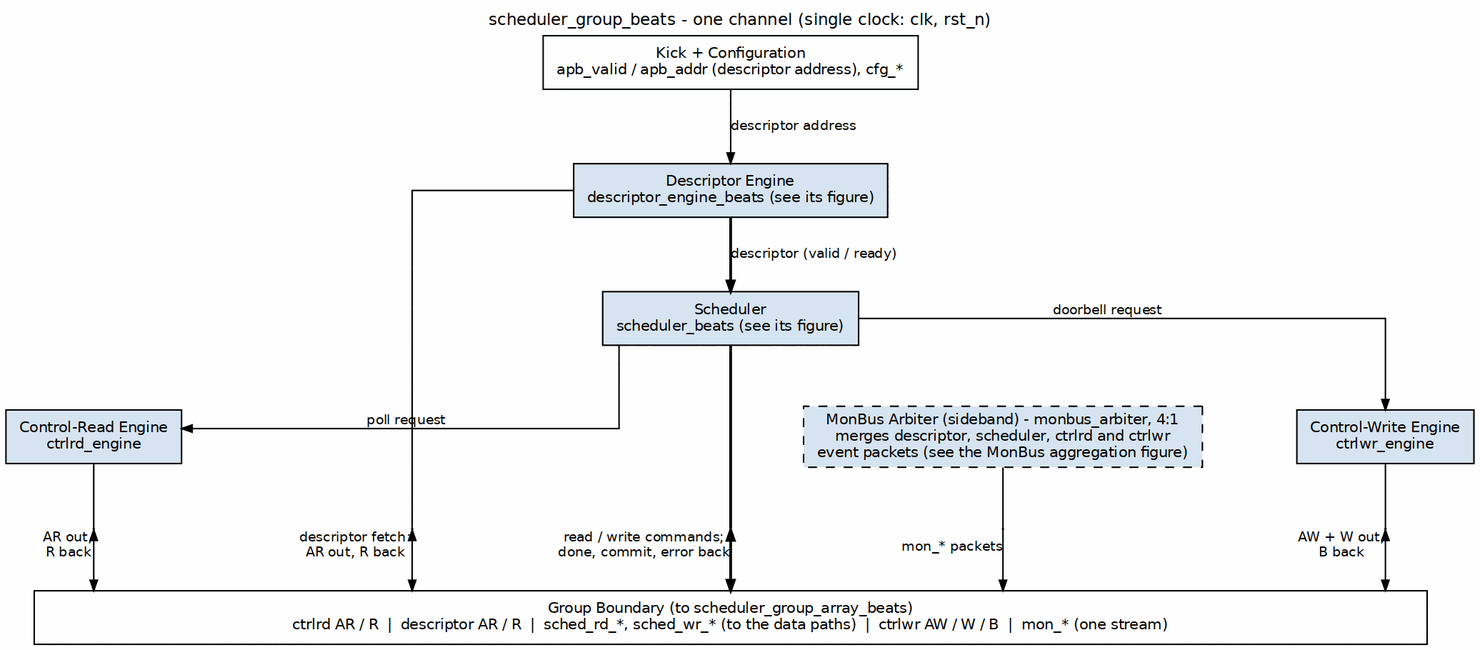
Earlier version of the Graphviz export projects/components/dma-ip/rapids/docs/rapids_beats_mas/assets/graphviz/10_scheduler_group.png (sean-galloway/RTLDesignSherpa). Its source is kept beside it as projects/components/dma-ip/rapids/docs/rapids_beats_mas/assets/graphviz/10_scheduler_group.dot. The source it was exported from:
```dot
digraph scheduler_group_beats {
    graph [rankdir=TB, bgcolor="white", fontname="Helvetica", fontsize=11,
           nodesep="0.45", ranksep="0.55", splines=ortho,
           label="scheduler_group_beats - one channel (single clock: clk, rst_n)",
           labelloc=t, labeljust=c];
    node  [fontname="Helvetica", fontsize=10, shape=box, style=filled,
           fillcolor="#D6E4F0", color="black", margin="0.12,0.06"];
    edge  [fontname="Helvetica", fontsize=9, color="black", arrowsize=0.7];

    kick  [label="Kick + Configuration\napb_valid / apb_addr (descriptor address), cfg_*", fillcolor="white", group=C];
    de    [label="Descriptor Engine\ndescriptor_engine_beats (see its figure)", group=C];
    sc    [label="Scheduler\nscheduler_beats (see its figure)", group=C];
    cr    [label="Control-Read Engine\nctrlrd_engine", group=L];
    cw    [label="Control-Write Engine\nctrlwr_engine", group=R];
    arb   [label="MonBus Arbiter (sideband) - monbus_arbiter, 4:1
merges descriptor, scheduler, ctrlrd and ctrlwr
event packets (see the MonBus aggregation figure)", style="filled,dashed", group=M];

    bar [label="Group Boundary (to scheduler_group_array_beats)\nctrlrd AR / R  |  descriptor AR / R  |  sched_rd_*, sched_wr_* (to the data paths)  |  ctrlwr AW / W / B  |  mon_* (one stream)",
         fillcolor="white", width=13.0];

    kick -> de [label="descriptor address"];
    de   -> sc [label="descriptor (valid / ready)", penwidth=1.8];
    sc   -> cr [xlabel="poll request"];
    sc   -> cw [xlabel="doorbell request"];

    p_cr [shape=point, width=0.01, group=L];
    p_de [shape=point, width=0.01];
    p_sc [shape=point, width=0.01, group=C];
    p_mn [shape=point, width=0.01, group=M];
    p_cw [shape=point, width=0.01, group=R];
    sp1 [style=invis, label="", fixedsize=true, width=1.2, height=0.02];
    { rank=same; p_cr; sp1; p_de; sp2; p_sc; p_mn; p_cw; }
    p_cr -> sp1 -> p_de -> sp2 -> p_sc -> p_mn -> p_cw [style=invis];
    sp2 [style=invis, label="", fixedsize=true, width=1.2, height=0.02];
    cr -> p_cr [arrowhead=none];
    p_cr -> bar [dir=both, xlabel="AR out,\nR back"];
    de -> p_de [arrowhead=none];
    p_de -> bar [dir=both, xlabel="descriptor fetch:\nAR out, R back"];
    sc -> p_sc [arrowhead=none, penwidth=1.8];
    p_sc -> bar [dir=both, penwidth=1.8, xlabel="read / write commands;\ndone, commit, error back"];
    arb -> p_mn [arrowhead=none];
    p_mn -> bar [xlabel="mon_* packets"];
    cw -> p_cw [arrowhead=none];
    p_cw -> bar [dir=both, xlabel="AW + W out,\nB back"];

    { rank=same; cr; arb; cw; }
    cr -> arb -> cw [style=invis];
}
```
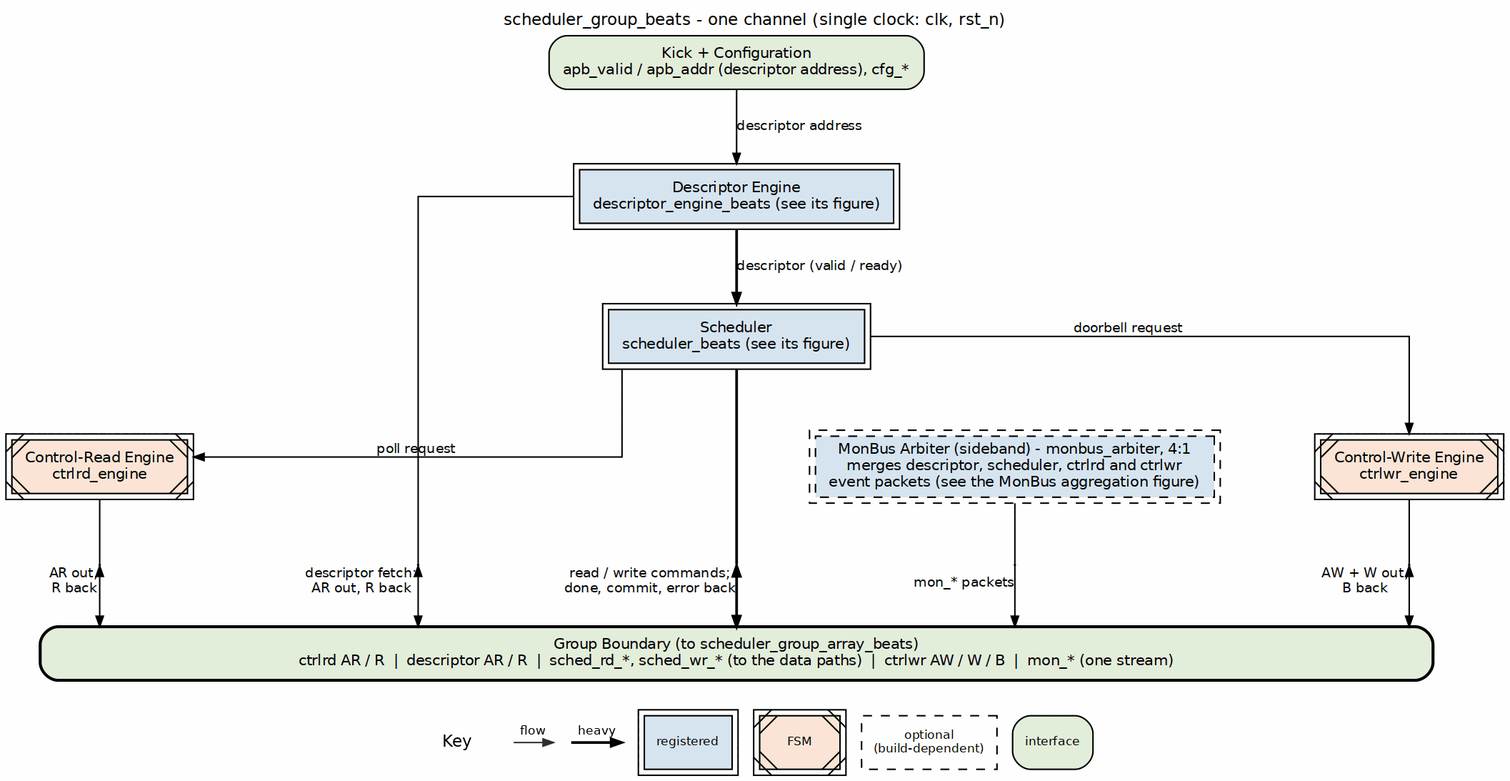
The same file after the commit.

The edit, as a diff of the source:
```diff
@@ -4,20 +4,20 @@
            label="scheduler_group_beats - one channel (single clock: clk, rst_n)",
            labelloc=t, labeljust=c];
     node  [fontname="Helvetica", fontsize=10, shape=box, style=filled,
-           fillcolor="#D6E4F0", color="black", margin="0.12,0.06"];
+           fillcolor="white", color="black", margin="0.12,0.06"];
     edge  [fontname="Helvetica", fontsize=9, color="black", arrowsize=0.7];
 
-    kick  [label="Kick + Configuration\napb_valid / apb_addr (descriptor address), cfg_*", fillcolor="white", group=C];
-    de    [label="Descriptor Engine\ndescriptor_engine_beats (see its figure)", group=C];
-    sc    [label="Scheduler\nscheduler_beats (see its figure)", group=C];
-    cr    [label="Control-Read Engine\nctrlrd_engine", group=L];
-    cw    [label="Control-Write Engine\nctrlwr_engine", group=R];
+    kick  [label="Kick + Configuration\napb_valid / apb_addr (descriptor address), cfg_*", fillcolor="white", group=C, style="rounded,filled", fillcolor="#E2EFDA"];
+    de    [label="Descriptor Engine\ndescriptor_engine_beats (see its figure)", group=C, peripheries=2, style="filled", fillcolor="#D6E4F0"];
+    sc    [label="Scheduler\nscheduler_beats (see its figure)", group=C, peripheries=2, style="filled", fillcolor="#D6E4F0"];
+    cr    [label="Control-Read Engine\nctrlrd_engine", group=L, peripheries=2, style="filled,diagonals", fillcolor="#FCE4D6"];
+    cw    [label="Control-Write Engine\nctrlwr_engine", group=R, peripheries=2, style="filled,diagonals", fillcolor="#FCE4D6"];
     arb   [label="MonBus Arbiter (sideband) - monbus_arbiter, 4:1
 merges descriptor, scheduler, ctrlrd and ctrlwr
-event packets (see the MonBus aggregation figure)", style="filled,dashed", group=M];
+event packets (see the MonBus aggregation figure)", style="filled,dashed", group=M, peripheries=2, style="filled,dashed", fillcolor="#D6E4F0"];
 
     bar [label="Group Boundary (to scheduler_group_array_beats)\nctrlrd AR / R  |  descriptor AR / R  |  sched_rd_*, sched_wr_* (to the data paths)  |  ctrlwr AW / W / B  |  mon_* (one stream)",
-         fillcolor="white", width=13.0];
+         fillcolor="white", width=13.0, style="rounded,filled,bold", fillcolor="#E2EFDA"];
 
     kick -> de [label="descriptor address"];
     de   -> sc [label="descriptor (valid / ready)", penwidth=1.8];
```
